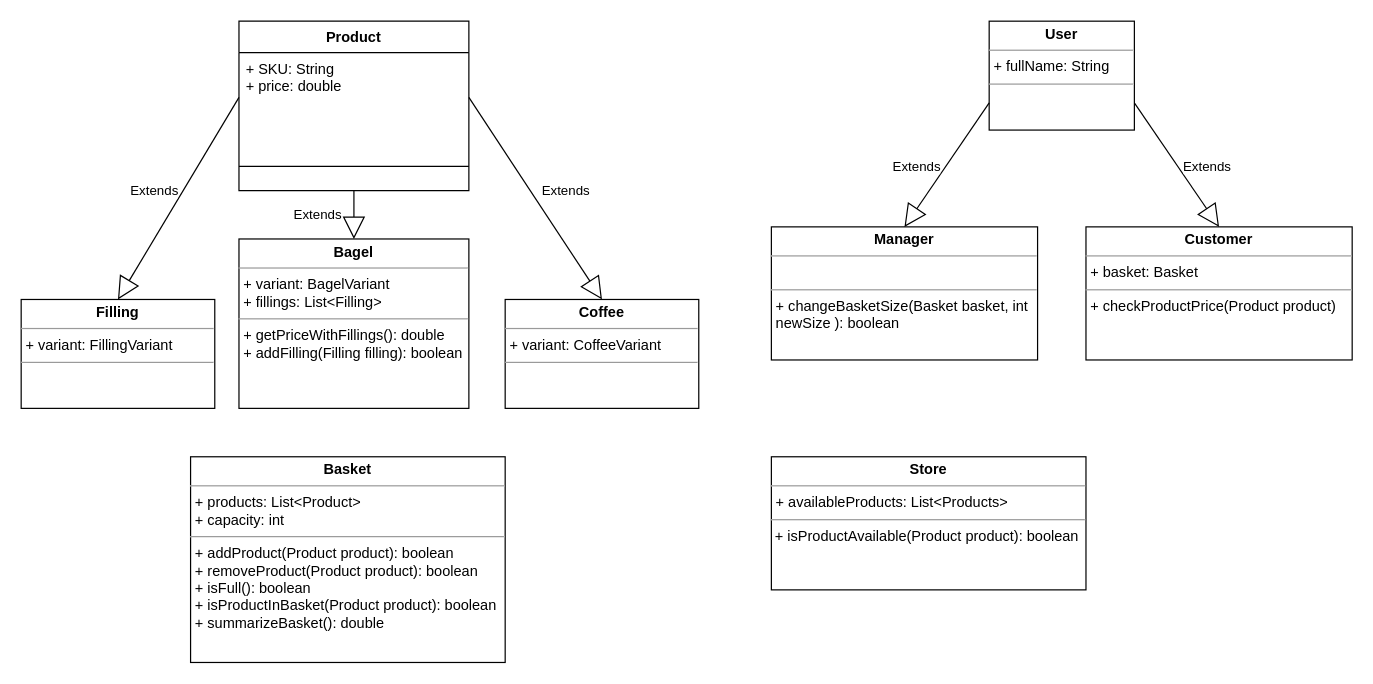
This is class-diagram.drawio from boolean-uk/java-tdd-oop-bobs-bagels, a draw.io file, before an edit. Source tidied: cells renumbered, new cells numbered last; positions are measured from the earlier drawing's top-left corner, leaving out a move shared by most shapes. Both pictures are drawn from the tidied source at 121%, with x=0, y=0 at pixel (21, 21).
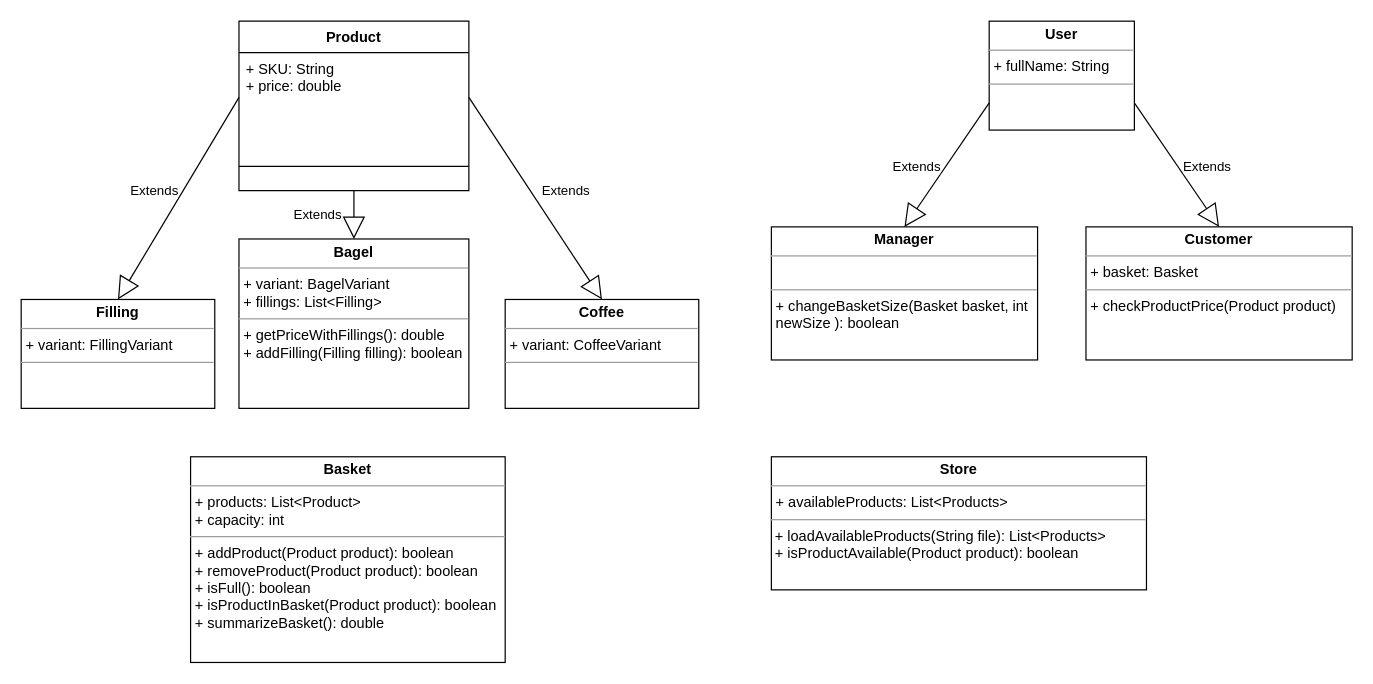
The same diagram, later.

Commit message (it also covers changes not shown here):
Update class-diagram and add Store as Singleton

What changed in the source:
```diff
@@
 <mxGraphModel>
   <root>
     <mxCell id="0" />
     <mxCell id="1" parent="0" />
     <mxCell id="2" value="Product" style="swimlane;fontStyle=1;align=center;verticalAlign=top;horizontal=1;startSize=26;whiteSpace=wrap;html=1;" parent="1" vertex="1">
       <mxGeometry x="180" width="190" height="140" as="geometry" />
     </mxCell>
     <mxCell id="3" value="+ SKU: String&lt;br&gt;+ price: double&lt;br&gt;" style="text;strokeColor=none;fillColor=none;align=left;verticalAlign=top;spacingLeft=4;spacingRight=4;overflow=hidden;points=[[0,0.5],[1,0.5]];portConstraint=eastwest;whiteSpace=wrap;html=1;" parent="2" vertex="1">
       <mxGeometry y="26" width="190" height="74" as="geometry" />
     </mxCell>
     <mxCell id="4" style="line;strokeWidth=1;fillColor=none;align=left;verticalAlign=middle;spacingTop=-1;spacingLeft=3;spacingRight=3;labelPosition=right;strokeColor=inherit;" parent="2" vertex="1">
       <mxGeometry y="100" width="190" height="40" as="geometry" />
     </mxCell>
     <mxCell id="5" value="Extends" style="endArrow=block;endSize=16;endFill=0;html=1;rounded=0;entryX=0.5;entryY=0;entryDx=0;entryDy=0;" parent="1" edge="1" target="6">
       <mxGeometry y="-30" relative="1" as="geometry">
         <mxPoint x="275" y="140" as="sourcePoint" />
       </mxGeometry>
     </mxCell>
     <mxCell id="6" value="&lt;p style=&quot;margin:0px;margin-top:4px;text-align:center;&quot;&gt;&lt;b&gt;Bagel&lt;/b&gt;&lt;/p&gt;&lt;hr size=&quot;1&quot;&gt;&lt;p style=&quot;margin:0px;margin-left:4px;&quot;&gt;+ variant: BagelVariant&lt;/p&gt;&lt;p style=&quot;margin:0px;margin-left:4px;&quot;&gt;+ fillings: List&amp;lt;Filling&amp;gt;&lt;/p&gt;&lt;hr size=&quot;1&quot;&gt;&lt;p style=&quot;margin:0px;margin-left:4px;&quot;&gt;+ getPriceWithFillings(): double&lt;/p&gt;&lt;p style=&quot;margin:0px;margin-left:4px;&quot;&gt;+ addFilling(Filling filling): boolean&lt;/p&gt;" style="verticalAlign=top;align=left;overflow=fill;fontSize=12;fontFamily=Helvetica;html=1;whiteSpace=wrap;" parent="1" vertex="1">
       <mxGeometry x="180" y="180" width="190" height="140" as="geometry" />
     </mxCell>
     <mxCell id="7" value="&lt;p style=&quot;margin:0px;margin-top:4px;text-align:center;&quot;&gt;&lt;b&gt;Coffee&lt;/b&gt;&lt;/p&gt;&lt;hr size=&quot;1&quot;&gt;&lt;p style=&quot;margin:0px;margin-left:4px;&quot;&gt;+ variant: CoffeeVariant&lt;/p&gt;&lt;hr size=&quot;1&quot;&gt;&lt;p style=&quot;margin:0px;margin-left:4px;&quot;&gt;&lt;br&gt;&lt;/p&gt;" style="verticalAlign=top;align=left;overflow=fill;fontSize=12;fontFamily=Helvetica;html=1;whiteSpace=wrap;" parent="1" vertex="1">
       <mxGeometry x="400" y="230" width="160" height="90" as="geometry" />
     </mxCell>
     <mxCell id="8" value="Extends" style="endArrow=block;endSize=16;endFill=0;html=1;rounded=0;exitX=1;exitY=0.5;exitDx=0;exitDy=0;entryX=0.5;entryY=0;entryDx=0;entryDy=0;" parent="1" edge="1" source="3" target="7">
       <mxGeometry x="0.08" y="24" relative="1" as="geometry">
         <mxPoint x="1" as="offset" />
       </mxGeometry>
     </mxCell>
     <mxCell id="9" value="&lt;p style=&quot;margin:0px;margin-top:4px;text-align:center;&quot;&gt;&lt;b&gt;Basket&lt;/b&gt;&lt;/p&gt;&lt;hr size=&quot;1&quot;&gt;&lt;p style=&quot;margin:0px;margin-left:4px;&quot;&gt;+ products: List&amp;lt;Product&amp;gt;&lt;/p&gt;&lt;p style=&quot;margin:0px;margin-left:4px;&quot;&gt;+ capacity: int&lt;/p&gt;&lt;hr size=&quot;1&quot;&gt;&lt;p style=&quot;margin:0px;margin-left:4px;&quot;&gt;+ addProduct(Product product): boolean&lt;/p&gt;&lt;p style=&quot;margin:0px;margin-left:4px;&quot;&gt;+ removeProduct(Product product): boolean&lt;/p&gt;&lt;p style=&quot;margin:0px;margin-left:4px;&quot;&gt;+ isFull(): boolean&lt;/p&gt;&lt;p style=&quot;margin:0px;margin-left:4px;&quot;&gt;+ isProductInBasket(Product product): boolean&lt;/p&gt;&lt;p style=&quot;margin:0px;margin-left:4px;&quot;&gt;+ summarizeBasket(): double&lt;/p&gt;&lt;p style=&quot;margin:0px;margin-left:4px;&quot;&gt;&lt;br&gt;&lt;/p&gt;" style="verticalAlign=top;align=left;overflow=fill;fontSize=12;fontFamily=Helvetica;html=1;whiteSpace=wrap;" parent="1" vertex="1">
       <mxGeometry x="140" y="360" width="260" height="170" as="geometry" />
     </mxCell>
     <mxCell id="10" value="&lt;p style=&quot;margin:0px;margin-top:4px;text-align:center;&quot;&gt;&lt;b&gt;User&lt;/b&gt;&lt;/p&gt;&lt;hr size=&quot;1&quot;&gt;&lt;p style=&quot;margin:0px;margin-left:4px;&quot;&gt;+ fullName: String&lt;/p&gt;&lt;hr size=&quot;1&quot;&gt;&lt;p style=&quot;margin:0px;margin-left:4px;&quot;&gt;&lt;br&gt;&lt;/p&gt;" style="verticalAlign=top;align=left;overflow=fill;fontSize=12;fontFamily=Helvetica;html=1;whiteSpace=wrap;" parent="1" vertex="1">
       <mxGeometry x="800" width="120" height="90" as="geometry" />
     </mxCell>
     <mxCell id="11" value="&lt;p style=&quot;margin:0px;margin-top:4px;text-align:center;&quot;&gt;&lt;b&gt;Manager&lt;/b&gt;&lt;/p&gt;&lt;hr size=&quot;1&quot;&gt;&lt;p style=&quot;margin:0px;margin-left:4px;&quot;&gt;&lt;br&gt;&lt;/p&gt;&lt;hr size=&quot;1&quot;&gt;&lt;p style=&quot;margin:0px;margin-left:4px;&quot;&gt;+ changeBasketSize(Basket basket, int newSize ): boolean&lt;/p&gt;" style="verticalAlign=top;align=left;overflow=fill;fontSize=12;fontFamily=Helvetica;html=1;whiteSpace=wrap;" parent="1" vertex="1">
       <mxGeometry x="620" y="170" width="220" height="110" as="geometry" />
     </mxCell>
     <mxCell id="12" value="&lt;p style=&quot;margin:0px;margin-top:4px;text-align:center;&quot;&gt;&lt;b&gt;Customer&lt;/b&gt;&lt;/p&gt;&lt;hr size=&quot;1&quot;&gt;&lt;p style=&quot;margin:0px;margin-left:4px;&quot;&gt;+ basket: Basket&lt;/p&gt;&lt;hr size=&quot;1&quot;&gt;&lt;p style=&quot;margin:0px;margin-left:4px;&quot;&gt;+ checkProductPrice(Product product)&lt;/p&gt;&lt;p style=&quot;margin:0px;margin-left:4px;&quot;&gt;&lt;br&gt;&lt;/p&gt;" style="verticalAlign=top;align=left;overflow=fill;fontSize=12;fontFamily=Helvetica;html=1;whiteSpace=wrap;" parent="1" vertex="1">
       <mxGeometry x="880" y="170" width="220" height="110" as="geometry" />
     </mxCell>
     <mxCell id="13" value="Extends" style="endArrow=block;endSize=16;endFill=0;html=1;rounded=0;exitX=1;exitY=0.75;exitDx=0;exitDy=0;entryX=0.5;entryY=0;entryDx=0;entryDy=0;" parent="1" edge="1" source="10" target="12">
       <mxGeometry x="0.24" y="20" relative="1" as="geometry" />
     </mxCell>
     <mxCell id="14" value="Extends" style="endArrow=block;endSize=16;endFill=0;html=1;rounded=0;exitX=0;exitY=0.75;exitDx=0;exitDy=0;entryX=0.5;entryY=0;entryDx=0;entryDy=0;" parent="1" edge="1" source="10" target="11">
       <mxGeometry x="0.24" y="-20" relative="1" as="geometry" />
     </mxCell>
     <mxCell id="15" value="&lt;p style=&quot;margin:0px;margin-top:4px;text-align:center;&quot;&gt;&lt;b&gt;Filling&lt;/b&gt;&lt;/p&gt;&lt;hr size=&quot;1&quot;&gt;&lt;p style=&quot;margin:0px;margin-left:4px;&quot;&gt;+ variant: FillingVariant&lt;/p&gt;&lt;hr size=&quot;1&quot;&gt;&lt;p style=&quot;margin:0px;margin-left:4px;&quot;&gt;&lt;br&gt;&lt;/p&gt;" style="verticalAlign=top;align=left;overflow=fill;fontSize=12;fontFamily=Helvetica;html=1;whiteSpace=wrap;" parent="1" vertex="1">
       <mxGeometry y="230" width="160" height="90" as="geometry" />
     </mxCell>
     <mxCell id="16" value="Extends" style="endArrow=block;endSize=16;endFill=0;html=1;rounded=0;entryX=0.5;entryY=0;entryDx=0;entryDy=0;exitX=0;exitY=0.5;exitDx=0;exitDy=0;" parent="1" edge="1" source="3" target="15">
       <mxGeometry x="0.05" y="-20" relative="1" as="geometry" />
     </mxCell>
-    <mxCell id="17" value="&lt;p style=&quot;margin:0px;margin-top:4px;text-align:center;&quot;&gt;&lt;b&gt;Store&lt;/b&gt;&lt;/p&gt;&lt;hr size=&quot;1&quot;&gt;&lt;p style=&quot;margin:0px;margin-left:4px;&quot;&gt;+ availableProducts: List&amp;lt;Products&amp;gt;&lt;/p&gt;&lt;hr size=&quot;1&quot;&gt;&lt;p style=&quot;margin:0px;margin-left:4px;&quot;&gt;&lt;/p&gt;&amp;nbsp;+ isProductAvailable(Product product): boolean" style="verticalAlign=top;align=left;overflow=fill;fontSize=12;fontFamily=Helvetica;html=1;whiteSpace=wrap;" parent="1" vertex="1">
-      <mxGeometry x="620" y="360" width="260" height="110" as="geometry" />
+    <mxCell id="17" value="&lt;p style=&quot;margin:0px;margin-top:4px;text-align:center;&quot;&gt;&lt;b&gt;Store&lt;/b&gt;&lt;/p&gt;&lt;hr size=&quot;1&quot;&gt;&lt;p style=&quot;margin:0px;margin-left:4px;&quot;&gt;+ availableProducts: List&amp;lt;Products&amp;gt;&lt;/p&gt;&lt;hr size=&quot;1&quot;&gt;&lt;p style=&quot;margin:0px;margin-left:4px;&quot;&gt;&lt;/p&gt;&amp;nbsp;+ loadAvailableProducts(String file): List&amp;lt;Products&amp;gt;&lt;br&gt;&amp;nbsp;+ isProductAvailable(Product product): boolean" style="verticalAlign=top;align=left;overflow=fill;fontSize=12;fontFamily=Helvetica;html=1;whiteSpace=wrap;" parent="1" vertex="1">
+      <mxGeometry x="620" y="360" width="310" height="110" as="geometry" />
     </mxCell>
   </root>
 </mxGraphModel>
```
